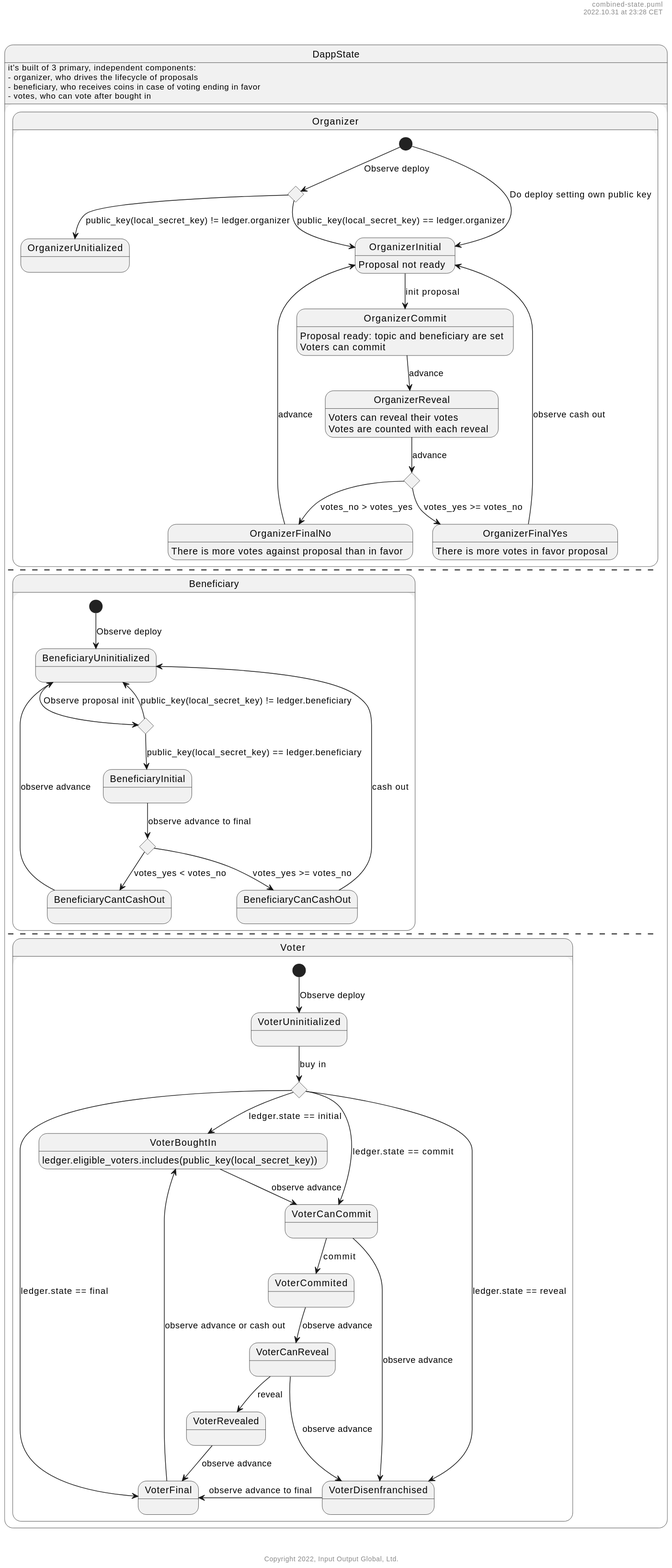
The PlantUML diagram example-dapps/dao/combined-state.svg in midnightntwrk/midnight-architecture, before a commit.
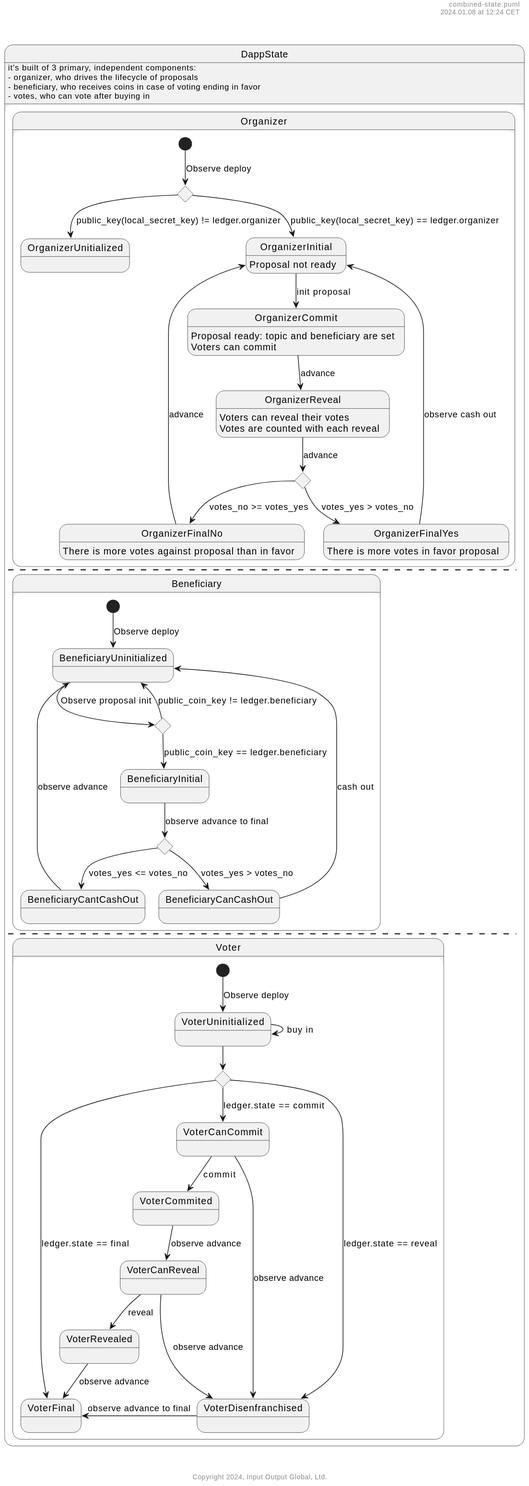
After the commit.

The edit, as a diff of the source:
```diff
@@ -27,15 +27,14 @@
         state OrganizerFinalYes
         OrganizerFinalYes : There is more votes in favor proposal
 
-        [*] --> OrganizerInitial : Do deploy setting own public key
         [*] --> COrganizerCheck : Observe deploy
         COrganizerCheck --> OrganizerInitial : public_key(local_secret_key) == ledger.organizer
         COrganizerCheck --> OrganizerUnitialized : public_key(local_secret_key) != ledger.organizer
         OrganizerInitial --> OrganizerCommit : init proposal
         OrganizerCommit --> OrganizerReveal : advance
         OrganizerReveal --> crevealtofinal : advance
-        crevealtofinal --> OrganizerFinalNo : votes_no > votes_yes
-        crevealtofinal --> OrganizerFinalYes : votes_yes >= votes_no
+        crevealtofinal --> OrganizerFinalNo : votes_no >= votes_yes
+        crevealtofinal --> OrganizerFinalYes : votes_yes > votes_no
         OrganizerFinalNo --> OrganizerInitial : advance
         OrganizerFinalYes --> OrganizerInitial : observe cash out
     }
@@ -49,11 +48,11 @@
         state BeneficiaryCanCashOut
         [*] -d-> BeneficiaryUninitialized : Observe deploy
         BeneficiaryUninitialized -d-> CBeneficiaryCheck : Observe proposal init
-        CBeneficiaryCheck --> BeneficiaryUninitialized : public_key(local_secret_key) != ledger.beneficiary
-        CBeneficiaryCheck -d-> BeneficiaryInitial : public_key(local_secret_key) == ledger.beneficiary
+        CBeneficiaryCheck --> BeneficiaryUninitialized : public_coin_key != ledger.beneficiary
+        CBeneficiaryCheck -d-> BeneficiaryInitial : public_coin_key == ledger.beneficiary
         BeneficiaryInitial -d-> CCashOutCheck : observe advance to final
-        CCashOutCheck -d-> BeneficiaryCantCashOut :  votes_yes < votes_no
-        CCashOutCheck -d-> BeneficiaryCanCashOut :   votes_yes >= votes_no
+        CCashOutCheck -d-> BeneficiaryCantCashOut :  votes_yes <= votes_no
+        CCashOutCheck -d-> BeneficiaryCanCashOut :   votes_yes > votes_no
         BeneficiaryCantCashOut -u-> BeneficiaryUninitialized : observe advance
         BeneficiaryCanCashOut -u-> BeneficiaryUninitialized : cash out
 
@@ -61,9 +60,7 @@
     --
     state Voter {
         state VoterUninitialized
-        state VoterBoughtIn
-        VoterBoughtIn : ledger.eligible_voters.includes(public_key(local_secret_key))
-        state CCanCommitAfterBuyIn <<choice>>
+        state CVoterFirstAdvance <<choice>>
         state VoterCanCommit
         state VoterCommited
         state VoterCanReveal
@@ -72,12 +69,11 @@
         state VoterDisenfranchised
 
         [*] -d-> VoterUninitialized : Observe deploy
-        VoterUninitialized -d-> CCanCommitAfterBuyIn : buy in
-        CCanCommitAfterBuyIn --> VoterCanCommit : ledger.state == commit
-        CCanCommitAfterBuyIn --> VoterBoughtIn : ledger.state == initial
-        CCanCommitAfterBuyIn -r-> VoterDisenfranchised : ledger.state == reveal
-        CCanCommitAfterBuyIn -d-> VoterFinal : ledger.state == final
-        VoterBoughtIn -d-> VoterCanCommit : observe advance
+        VoterUninitialized -d-> VoterUninitialized : buy in
+        VoterUninitialized -d-> CVoterFirstAdvance
+        CVoterFirstAdvance --> VoterCanCommit : ledger.state == commit
+        CVoterFirstAdvance -r-> VoterDisenfranchised : ledger.state == reveal
+        CVoterFirstAdvance -d-> VoterFinal : ledger.state == final
         VoterCanCommit -d-> VoterCommited : commit
         VoterCanCommit -r-> VoterDisenfranchised : observe advance
         VoterCommited -d-> VoterCanReveal : observe advance
@@ -85,13 +81,12 @@
         VoterCanReveal -r-> VoterDisenfranchised : observe advance
         VoterRevealed -d-> VoterFinal : observe advance
         VoterDisenfranchised -l-> VoterFinal : observe advance to final
-        VoterFinal -u-> VoterBoughtIn : observe advance or cash out
     }
 }
 DappState : it's built of 3 primary, independent components:
 DappState : - organizer, who drives the lifecycle of proposals
 DappState : - beneficiary, who receives coins in case of voting ending in favor
-DappState : - votes, who can vote after bought in
+DappState : - votes, who can vote after buying in
 
 
 @enduml
```
